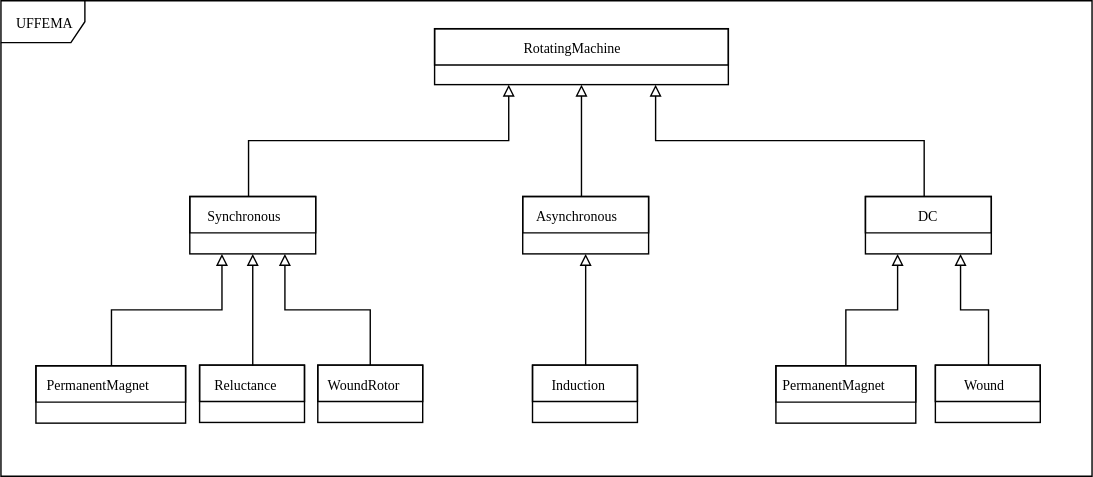
The draw.io diagram images/RotatingMachine.svg in ajpina/uffema, before a commit. Source tidied: cells renumbered, new cells last; positions are measured from the earlier drawing's top-left corner, leaving out a move shared by most shapes.
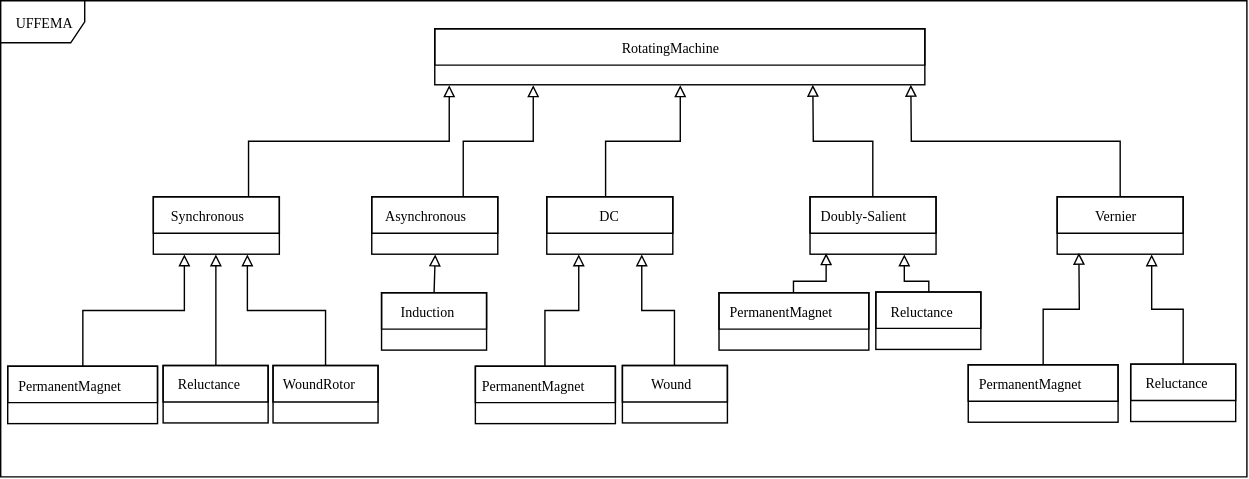
Later version of the same file.

The edit, as a diff of the source:
```diff
@@ -3,13 +3,18 @@
     <mxCell id="0" />
     <mxCell id="1" parent="0" />
     <mxCell id="2" value="UFFEMA" style="shape=umlFrame;whiteSpace=wrap;html=1;rounded=0;shadow=0;comic=0;labelBackgroundColor=none;strokeColor=#000000;strokeWidth=1;fillColor=#ffffff;fontFamily=Verdana;fontSize=10;fontColor=#000000;align=center;" parent="1" vertex="1">
-      <mxGeometry width="780" height="340" as="geometry" />
+      <mxGeometry width="890" height="340" as="geometry" />
     </mxCell>
-    <mxCell id="3" style="edgeStyle=orthogonalEdgeStyle;rounded=0;html=1;exitX=0.75;exitY=1;entryX=0.466;entryY=0.052;entryPerimeter=0;startArrow=block;startFill=0;endArrow=none;endFill=0;jettySize=auto;" parent="1" edge="1" source="4" target="7">
-      <mxGeometry relative="1" as="geometry" />
+    <mxCell id="3" style="edgeStyle=orthogonalEdgeStyle;rounded=0;html=1;entryX=0.466;entryY=0.052;entryPerimeter=0;startArrow=block;startFill=0;endArrow=none;endFill=0;jettySize=auto;exitX=0.5;exitY=1;" parent="1" edge="1" source="4" target="7">
+      <mxGeometry relative="1" as="geometry">
+        <Array as="points">
+          <mxPoint x="485" y="100" />
+          <mxPoint x="432" y="100" />
+        </Array>
+      </mxGeometry>
     </mxCell>
     <mxCell id="4" value="RotatingMachine" style="swimlane;html=1;fontStyle=0;horizontal=1;startSize=26;fillColor=none;swimlaneFillColor=#ffffff;rounded=0;shadow=0;comic=0;labelBackgroundColor=none;strokeColor=#000000;strokeWidth=1;fontFamily=Verdana;fontSize=10;fontColor=#000000;align=center;" parent="1" vertex="1">
-      <mxGeometry x="310" y="20" width="210" height="40" as="geometry" />
+      <mxGeometry x="310" y="20" width="350" height="40" as="geometry" />
     </mxCell>
     <mxCell id="5" style="edgeStyle=orthogonalEdgeStyle;rounded=0;html=1;jettySize=auto;endArrow=none;endFill=0;startArrow=block;startFill=0;exitX=0.25;exitY=1;" parent="1" edge="1" source="7" target="9">
       <mxGeometry relative="1" as="geometry" />
@@ -18,25 +23,34 @@
       <mxGeometry relative="1" as="geometry" />
     </mxCell>
     <mxCell id="7" value="DC" style="swimlane;html=1;fontStyle=0;horizontal=1;startSize=26;fillColor=none;swimlaneFillColor=#ffffff;rounded=0;shadow=0;comic=0;labelBackgroundColor=none;strokeColor=#000000;strokeWidth=1;fontFamily=Verdana;fontSize=10;fontColor=#000000;align=center;" parent="1" vertex="1">
-      <mxGeometry x="618" y="140" width="90" height="41" as="geometry" />
+      <mxGeometry x="390" y="140" width="90" height="41" as="geometry" />
     </mxCell>
     <mxCell id="8" value="Wound" style="swimlane;html=1;fontStyle=0;horizontal=1;startSize=26;fillColor=none;swimlaneFillColor=#ffffff;rounded=0;shadow=0;comic=0;labelBackgroundColor=none;strokeColor=#000000;strokeWidth=1;fontFamily=Verdana;fontSize=10;fontColor=#000000;align=center;" parent="1" vertex="1">
-      <mxGeometry x="668" y="260.5" width="75" height="41" as="geometry" />
+      <mxGeometry x="444" y="260.5" width="75" height="41" as="geometry" />
     </mxCell>
     <mxCell id="9" value="PermanentMagnet" style="swimlane;html=1;fontStyle=0;horizontal=1;startSize=26;fillColor=none;swimlaneFillColor=#ffffff;rounded=0;shadow=0;comic=0;labelBackgroundColor=none;strokeColor=#000000;strokeWidth=1;fontFamily=Verdana;fontSize=10;fontColor=#000000;align=center;" parent="1" vertex="1">
-      <mxGeometry x="554" y="261" width="100" height="41" as="geometry" />
+      <mxGeometry x="339" y="261" width="100" height="41" as="geometry" />
     </mxCell>
-    <mxCell id="10" style="edgeStyle=orthogonalEdgeStyle;rounded=0;html=1;exitX=0.5;exitY=1;entryX=0.466;entryY=0.052;entryPerimeter=0;startArrow=block;startFill=0;endArrow=none;endFill=0;jettySize=auto;" parent="1" edge="1" source="4" target="11">
-      <mxGeometry relative="1" as="geometry" />
+    <mxCell id="10" style="edgeStyle=orthogonalEdgeStyle;rounded=0;html=1;entryX=0.466;entryY=0.052;entryPerimeter=0;startArrow=block;startFill=0;endArrow=none;endFill=0;jettySize=auto;" parent="1" edge="1" target="11">
+      <mxGeometry relative="1" as="geometry">
+        <mxPoint x="380" y="60" as="sourcePoint" />
+        <Array as="points">
+          <mxPoint x="380" y="100" />
+          <mxPoint x="330" y="100" />
+          <mxPoint x="330" y="142" />
+        </Array>
+      </mxGeometry>
     </mxCell>
     <mxCell id="11" value="Asynchronous" style="swimlane;html=1;fontStyle=0;horizontal=1;startSize=26;fillColor=none;swimlaneFillColor=#ffffff;rounded=0;shadow=0;comic=0;labelBackgroundColor=none;strokeColor=#000000;strokeWidth=1;fontFamily=Verdana;fontSize=10;fontColor=#000000;align=center;" parent="1" vertex="1">
-      <mxGeometry x="373" y="140" width="90" height="41" as="geometry" />
+      <mxGeometry x="265" y="140" width="90" height="41" as="geometry" />
     </mxCell>
-    <mxCell id="12" style="edgeStyle=orthogonalEdgeStyle;rounded=0;html=1;exitX=0.25;exitY=1;entryX=0.466;entryY=0.052;entryPerimeter=0;startArrow=block;startFill=0;endArrow=none;endFill=0;jettySize=auto;" parent="1" edge="1" source="4" target="14">
+    <mxCell id="12" style="edgeStyle=orthogonalEdgeStyle;rounded=0;html=1;entryX=0.466;entryY=0.052;entryPerimeter=0;startArrow=block;startFill=0;endArrow=none;endFill=0;jettySize=auto;" parent="1" edge="1" target="14">
       <mxGeometry relative="1" as="geometry">
+        <mxPoint x="320" y="60" as="sourcePoint" />
         <Array as="points">
-          <mxPoint x="363" y="100" />
+          <mxPoint x="320" y="100" />
           <mxPoint x="177" y="100" />
+          <mxPoint x="177" y="142" />
         </Array>
       </mxGeometry>
     </mxCell>
@@ -44,28 +58,86 @@
       <mxGeometry relative="1" as="geometry" />
     </mxCell>
     <mxCell id="14" value="Synchronous" style="swimlane;html=1;fontStyle=0;horizontal=1;startSize=26;fillColor=none;swimlaneFillColor=#ffffff;rounded=0;shadow=0;comic=0;labelBackgroundColor=none;strokeColor=#000000;strokeWidth=1;fontFamily=Verdana;fontSize=10;fontColor=#000000;align=center;" parent="1" vertex="1">
-      <mxGeometry x="135" y="140" width="90" height="41" as="geometry" />
+      <mxGeometry x="109" y="140" width="90" height="41" as="geometry" />
     </mxCell>
     <mxCell id="15" value="WoundRotor" style="swimlane;html=1;fontStyle=0;horizontal=1;startSize=26;fillColor=none;swimlaneFillColor=#ffffff;rounded=0;shadow=0;comic=0;labelBackgroundColor=none;strokeColor=#000000;strokeWidth=1;fontFamily=Verdana;fontSize=10;fontColor=#000000;align=center;" parent="1" vertex="1">
-      <mxGeometry x="226.5" y="260.5" width="75" height="41" as="geometry" />
+      <mxGeometry x="194.5" y="260.5" width="75" height="41" as="geometry" />
     </mxCell>
     <mxCell id="16" value="PermanentMagnet" style="swimlane;html=1;fontStyle=0;horizontal=1;startSize=26;fillColor=none;swimlaneFillColor=#ffffff;rounded=0;shadow=0;comic=0;labelBackgroundColor=none;strokeColor=#000000;strokeWidth=1;fontFamily=Verdana;fontSize=10;fontColor=#000000;align=center;" parent="1" vertex="1">
-      <mxGeometry x="25" y="261" width="107" height="41" as="geometry" />
+      <mxGeometry x="5" y="261" width="107" height="41" as="geometry" />
     </mxCell>
     <mxCell id="17" style="edgeStyle=orthogonalEdgeStyle;rounded=0;html=1;exitX=0.5;exitY=0;entryX=0.5;entryY=1;startArrow=none;startFill=0;endArrow=block;endFill=0;jettySize=auto;" parent="1" edge="1" source="18" target="11">
       <mxGeometry relative="1" as="geometry" />
     </mxCell>
     <mxCell id="18" value="Induction" style="swimlane;html=1;fontStyle=0;horizontal=1;startSize=26;fillColor=none;swimlaneFillColor=#ffffff;rounded=0;shadow=0;comic=0;labelBackgroundColor=none;strokeColor=#000000;strokeWidth=1;fontFamily=Verdana;fontSize=10;fontColor=#000000;align=center;" parent="1" vertex="1">
-      <mxGeometry x="380" y="260.5" width="75" height="41" as="geometry" />
+      <mxGeometry x="272" y="208.5" width="75" height="41" as="geometry" />
     </mxCell>
     <mxCell id="19" value="Reluctance" style="swimlane;html=1;fontStyle=0;horizontal=1;startSize=26;fillColor=none;swimlaneFillColor=#ffffff;rounded=0;shadow=0;comic=0;labelBackgroundColor=none;strokeColor=#000000;strokeWidth=1;fontFamily=Verdana;fontSize=10;fontColor=#000000;align=center;" parent="1" vertex="1">
-      <mxGeometry x="142" y="260.5" width="75" height="41" as="geometry" />
+      <mxGeometry x="116" y="260.5" width="75" height="41" as="geometry" />
     </mxCell>
-    <mxCell id="20" style="edgeStyle=orthogonalEdgeStyle;rounded=0;html=1;exitX=0.5;exitY=0;entryX=0.5;entryY=1;startArrow=none;startFill=0;endArrow=block;endFill=0;jettySize=auto;" parent="1" edge="1" source="19" target="14">
-      <mxGeometry relative="1" as="geometry" />
+    <mxCell id="20" style="edgeStyle=orthogonalEdgeStyle;rounded=0;html=1;exitX=0.5;exitY=0;startArrow=none;startFill=0;endArrow=block;endFill=0;jettySize=auto;" parent="1" edge="1" source="19">
+      <mxGeometry relative="1" as="geometry">
+        <mxPoint x="154" y="181" as="targetPoint" />
+        <Array as="points">
+          <mxPoint x="154" y="220" />
+        </Array>
+      </mxGeometry>
     </mxCell>
     <mxCell id="21" style="edgeStyle=orthogonalEdgeStyle;rounded=0;html=1;exitX=0.5;exitY=0;entryX=0.25;entryY=1;startArrow=none;startFill=0;endArrow=block;endFill=0;jettySize=auto;" parent="1" edge="1" source="16" target="14">
       <mxGeometry relative="1" as="geometry" />
     </mxCell>
+    <mxCell id="22" style="edgeStyle=orthogonalEdgeStyle;rounded=0;html=1;exitX=0.5;exitY=0;startArrow=none;startFill=0;endArrow=block;endFill=0;jettySize=auto;" parent="1" edge="1" source="23">
+      <mxGeometry relative="1" as="geometry">
+        <mxPoint x="580" y="60" as="targetPoint" />
+      </mxGeometry>
+    </mxCell>
+    <mxCell id="23" value="Doubly-Salient" style="swimlane;html=1;fontStyle=0;horizontal=1;startSize=26;fillColor=none;swimlaneFillColor=#ffffff;rounded=0;shadow=0;comic=0;labelBackgroundColor=none;strokeColor=#000000;strokeWidth=1;fontFamily=Verdana;fontSize=10;fontColor=#000000;align=center;" parent="1" vertex="1">
+      <mxGeometry x="578" y="140" width="90" height="41" as="geometry" />
+    </mxCell>
+    <mxCell id="24" style="edgeStyle=orthogonalEdgeStyle;rounded=0;html=1;exitX=0.5;exitY=0;startArrow=none;startFill=0;endArrow=block;endFill=0;jettySize=auto;" parent="1" edge="1" source="25">
+      <mxGeometry relative="1" as="geometry">
+        <mxPoint x="589.8" y="180.3" as="targetPoint" />
+        <Array as="points">
+          <mxPoint x="566" y="200" />
+          <mxPoint x="590" y="200" />
+        </Array>
+      </mxGeometry>
+    </mxCell>
+    <mxCell id="25" value="PermanentMagnet" style="swimlane;html=1;fontStyle=0;horizontal=1;startSize=26;fillColor=none;swimlaneFillColor=#ffffff;rounded=0;shadow=0;comic=0;labelBackgroundColor=none;strokeColor=#000000;strokeWidth=1;fontFamily=Verdana;fontSize=10;fontColor=#000000;align=center;" parent="1" vertex="1">
+      <mxGeometry x="513" y="208.5" width="107" height="41" as="geometry" />
+    </mxCell>
+    <mxCell id="26" style="edgeStyle=orthogonalEdgeStyle;rounded=0;html=1;exitX=0.5;exitY=0;entryX=0.75;entryY=1;startArrow=none;startFill=0;endArrow=block;endFill=0;jettySize=auto;" parent="1" edge="1" source="27" target="23">
+      <mxGeometry relative="1" as="geometry">
+        <Array as="points">
+          <mxPoint x="662" y="200" />
+          <mxPoint x="646" y="200" />
+        </Array>
+      </mxGeometry>
+    </mxCell>
+    <mxCell id="27" value="Reluctance" style="swimlane;html=1;fontStyle=0;horizontal=1;startSize=26;fillColor=none;swimlaneFillColor=#ffffff;rounded=0;shadow=0;comic=0;labelBackgroundColor=none;strokeColor=#000000;strokeWidth=1;fontFamily=Verdana;fontSize=10;fontColor=#000000;align=center;" parent="1" vertex="1">
+      <mxGeometry x="625" y="208" width="75" height="41" as="geometry" />
+    </mxCell>
+    <mxCell id="28" style="edgeStyle=orthogonalEdgeStyle;rounded=0;html=1;exitX=0.5;exitY=0;startArrow=none;startFill=0;endArrow=block;endFill=0;jettySize=auto;" parent="1" edge="1" source="29">
+      <mxGeometry relative="1" as="geometry">
+        <mxPoint x="650" y="60" as="targetPoint" />
+      </mxGeometry>
+    </mxCell>
+    <mxCell id="29" value="Vernier" style="swimlane;html=1;fontStyle=0;horizontal=1;startSize=26;fillColor=none;swimlaneFillColor=#ffffff;rounded=0;shadow=0;comic=0;labelBackgroundColor=none;strokeColor=#000000;strokeWidth=1;fontFamily=Verdana;fontSize=10;fontColor=#000000;align=center;" parent="1" vertex="1">
+      <mxGeometry x="754.5" y="140" width="90" height="41" as="geometry" />
+    </mxCell>
+    <mxCell id="30" style="edgeStyle=orthogonalEdgeStyle;rounded=0;html=1;exitX=0.5;exitY=0;startArrow=none;startFill=0;endArrow=block;endFill=0;jettySize=auto;" parent="1" edge="1" source="31">
+      <mxGeometry relative="1" as="geometry">
+        <mxPoint x="770" y="180" as="targetPoint" />
+      </mxGeometry>
+    </mxCell>
+    <mxCell id="31" value="PermanentMagnet" style="swimlane;html=1;fontStyle=0;horizontal=1;startSize=26;fillColor=none;swimlaneFillColor=#ffffff;rounded=0;shadow=0;comic=0;labelBackgroundColor=none;strokeColor=#000000;strokeWidth=1;fontFamily=Verdana;fontSize=10;fontColor=#000000;align=center;" parent="1" vertex="1">
+      <mxGeometry x="691" y="260" width="107" height="41" as="geometry" />
+    </mxCell>
+    <mxCell id="32" style="edgeStyle=orthogonalEdgeStyle;rounded=0;html=1;exitX=0.5;exitY=0;entryX=0.75;entryY=1;startArrow=none;startFill=0;endArrow=block;endFill=0;jettySize=auto;" parent="1" edge="1" source="33" target="29">
+      <mxGeometry relative="1" as="geometry" />
+    </mxCell>
+    <mxCell id="33" value="Reluctance" style="swimlane;html=1;fontStyle=0;horizontal=1;startSize=26;fillColor=none;swimlaneFillColor=#ffffff;rounded=0;shadow=0;comic=0;labelBackgroundColor=none;strokeColor=#000000;strokeWidth=1;fontFamily=Verdana;fontSize=10;fontColor=#000000;align=center;" parent="1" vertex="1">
+      <mxGeometry x="807" y="259.5" width="75" height="41" as="geometry" />
+    </mxCell>
   </root>
 </mxGraphModel>
```
